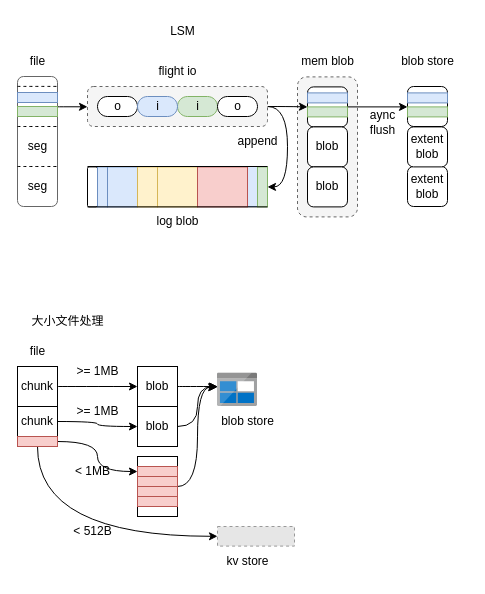
Before: page "io" (2 of 4) of beegfs/beegfs-new.drawio in EarthWind/deeparch, a draw.io diagram. Source tidied: cells renumbered, new cells numbered last; positions are measured from the earlier drawing's top-left corner, leaving out a move shared by most shapes. Both pictures are drawn from the tidied source at 100%, with x=0, y=0 at pixel (17, 16). Pictures stored in the file or linked from it are replaced by grey dashed boxes.
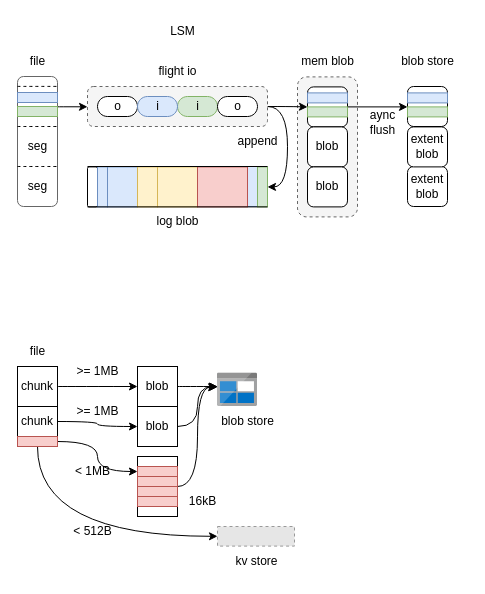
Above is the later version.

Change to the diagram source:
```diff
@@
     <mxCell id="63" value="kv store" style="text;html=1;align=center;verticalAlign=middle;strokeColor=none;fillColor=none;" parent="1" vertex="1">
-      <mxGeometry x="195" y="529.5" width="70" height="30" as="geometry" />
+      <mxGeometry x="203.5" y="529.5" width="70" height="30" as="geometry" />
     </mxCell>
@@
-    <mxCell id="74" value="大小文件处理" style="text;html=1;align=center;verticalAlign=middle;strokeColor=none;fillColor=none;" parent="1" vertex="1">
-      <mxGeometry y="290" width="100" height="30" as="geometry" />
-    </mxCell>
+    <mxCell id="75" value="16kB" style="text;html=1;align=center;verticalAlign=middle;strokeColor=none;fillColor=none;" parent="1" vertex="1">
+      <mxGeometry x="160" y="469.6" width="50" height="30" as="geometry" />
+    </mxCell>
```
